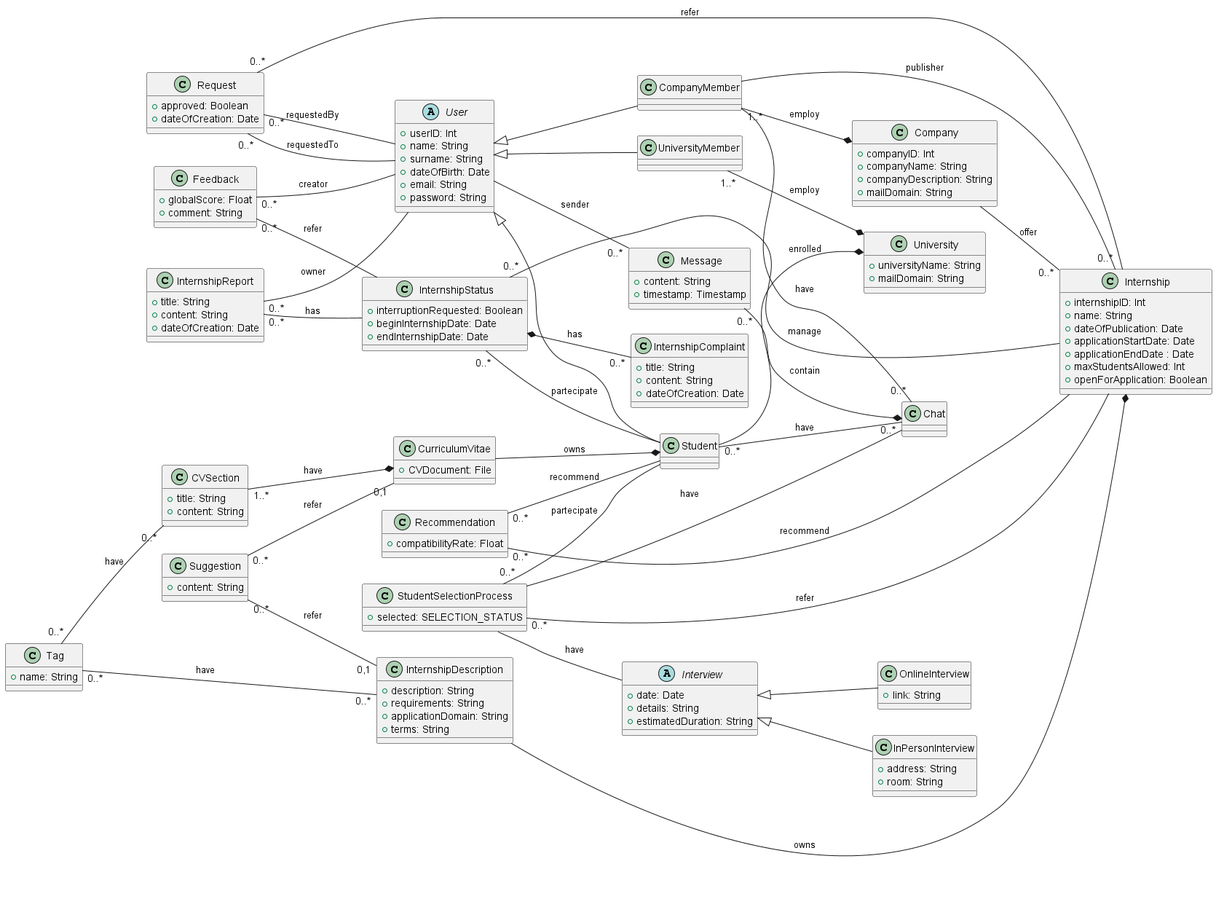
The PlantUML diagram RASD/Overall_description/uml_diagrams/class_diagram.png in matti8702/R_and_DD_project_SE2, before a commit. The source it was exported from:
```plantuml
@startuml class_diagram
left to right direction

abstract class User{
    + userID: Int
    + name: String
    + surname: String
    + dateOfBirth: Date
    + email: String
    + password: String
}

class Student extends User{
}
Student "0..*" --* University : enrolled

class CompanyMember extends User{

}
CompanyMember "1..*" --* Company : employ

class UniversityMember extends User{

}
UniversityMember "1..*" --* University : employ

class University{
    + universityName: String
    + mailDomain: String
}

class Company{
    + companyID: Int
    + companyName: String
    + companyDescription: String
    + mailDomain: String
}

class Internship{
    + internshipID: Int
    + name: String
    + dateOfPublication: Date
    + applicationStartDate: Date
    + applicationEndDate : Date
    + maxStudentsAllowed: Int
    + openForApplication: Boolean
}
Company -- "0..*" Internship : offer
Internship "0..*" -- CompanyMember : publisher

class InternshipDescription{
    + description: String
    + requirements: String
    + applicationDomain: String
    + terms: String
}
InternshipDescription --* Internship : owns

class InternshipStatus{
    + interruptionRequested: Boolean
    + beginInternshipDate: Date
    + endInternshipDate: Date
}
InternshipStatus "0..*" -- Student : partecipate
InternshipStatus "0..*" -- Internship : manage
InternshipStatus *-- "0..*" InternshipComplaint : has

class InternshipComplaint{
    + title: String
    + content: String
    + dateOfCreation: Date
}

class InternshipReport{
    + title: String
    + content: String
    + dateOfCreation: Date
}
InternshipReport "0..*" -- InternshipStatus : has
InternshipReport "0..*" -- User : owner

class Request{
    + approved: Boolean
    + dateOfCreation: Date
}
Request "0..*" -- Internship : refer
Request "0..*" -- User : requestedBy
Request "0..*" -- User : requestedTo

class StudentSelectionProcess{
    + selected: SELECTION_STATUS
}

StudentSelectionProcess "0..*" -- Student : partecipate
StudentSelectionProcess "0..*" -- Internship : refer
StudentSelectionProcess -- Chat : have
StudentSelectionProcess -- Interview : have

abstract class Interview{
    + date: Date
    + details: String
    + estimatedDuration: String
}

class OnlineInterview extends Interview{
    + link: String
}

class InPersonInterview extends Interview{
    + address: String
    + room: String
}

class Feedback {
    + globalScore: Float
    + comment: String
}

Feedback "0..*" -- InternshipStatus : refer
Feedback "0..*" -- User : creator

class Suggestion{
    + content: String
}
Suggestion "0..*" -- "0,1" CurriculumVitae : refer
Suggestion "0..*" -- "0,1" InternshipDescription : refer

class Recommendation{
    + compatibilityRate: Float
}
Recommendation "0..*" -- Internship : recommend
Recommendation "0..*" -- Student : recommend

class Chat{
}

class Message{
    + content: String
    + timestamp: Timestamp
}

User -- "0..*"  Message : sender

Message "0..*" --* Chat : contain
Student -- "0..*"  Chat : have
CompanyMember -- "0..*"  Chat : have

class CurriculumVitae{
    + CVDocument: File
}
CurriculumVitae --* Student : owns

class CVSection{
    + title: String
    + content: String
}
CVSection "1..*" --* CurriculumVitae : have

class Tag{
    + name: String
}
Tag "0..*" -- "0..*" CVSection : have
Tag "0..*" -- "0..*" InternshipDescription : have

@enduml
```
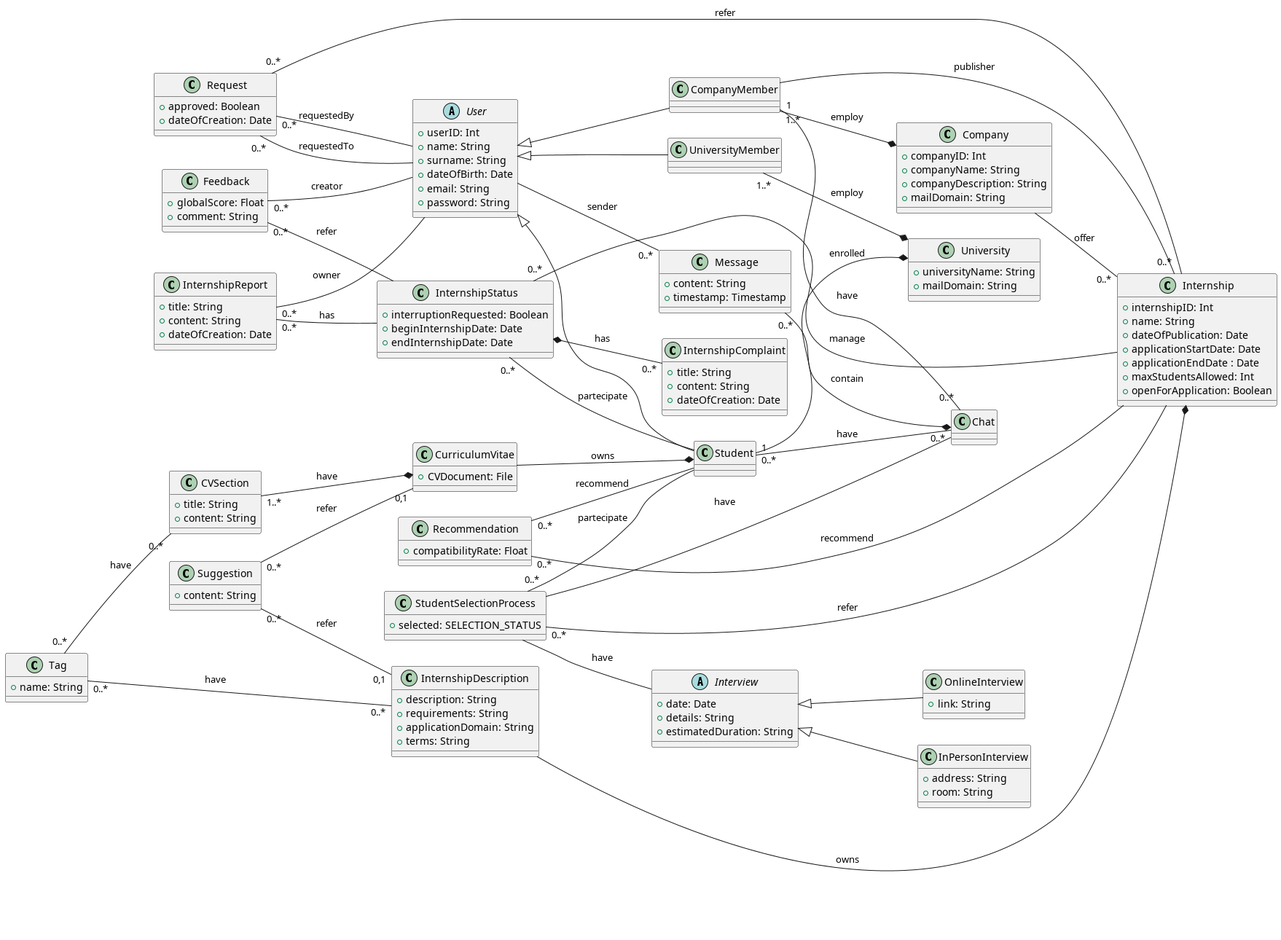
After the commit.

The edit, as a diff of the source:
```diff
@@ -142,8 +142,8 @@
 User -- "0..*"  Message : sender
 
 Message "0..*" --* Chat : contain
-Student -- "0..*"  Chat : have
-CompanyMember -- "0..*"  Chat : have
+Student "1" -- "0..*"  Chat : have
+CompanyMember "1" -- "0..*"  Chat : have
 
 class CurriculumVitae{
     + CVDocument: File
```
